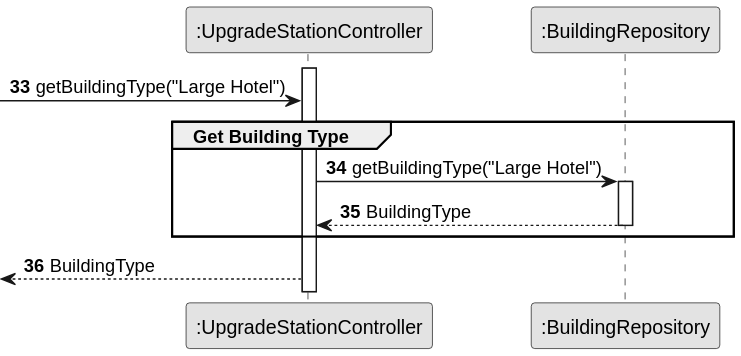
Before: docs/sprint3/us006/03.design/svg/us006-sd-partial-get-building-type.svg, a diagram exported from PlantUML (ivasduarte/all-aboard).
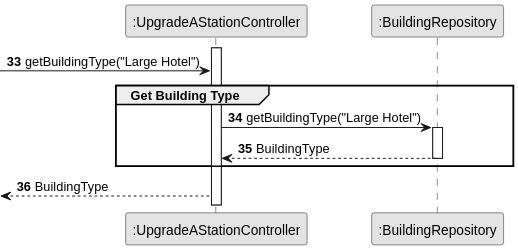
Later version of the same file.

Change to the diagram source:
```diff
@@ -3,7 +3,7 @@
 skinparam packageStyle rectangle
 skinparam shadowing false
 
-participant ":UpgradeStationController" as ctrl
+participant ":UpgradeAStationController" as ctrl
 participant ":BuildingRepository" as bd
 
 activate ctrl
```
